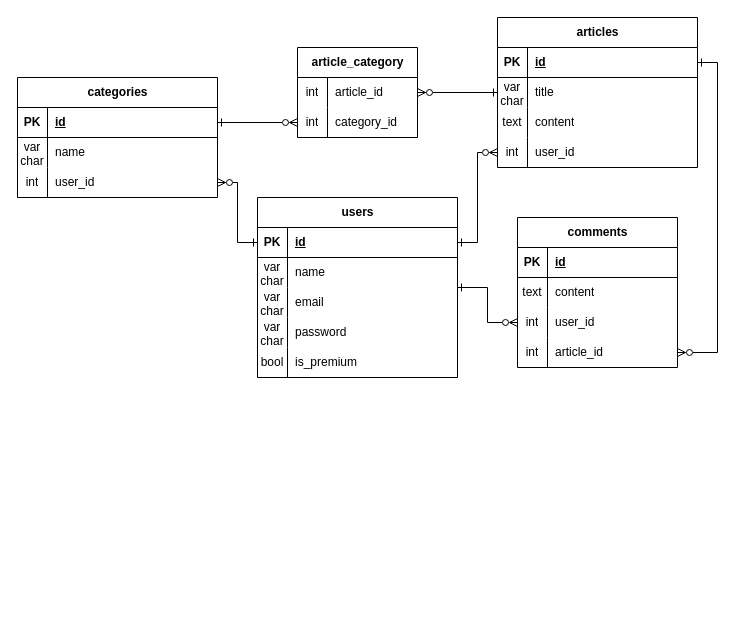
Earlier version of the draw.io diagram weblog-database.drawio (LeggyBoiTim/laravel-weblog). Source tidied: cells renumbered, new cells numbered last; positions are measured from the earlier drawing's top-left corner, leaving out a move shared by most shapes. Both pictures are drawn from the tidied source at 100%, with x=0, y=0 at pixel (17, 17).
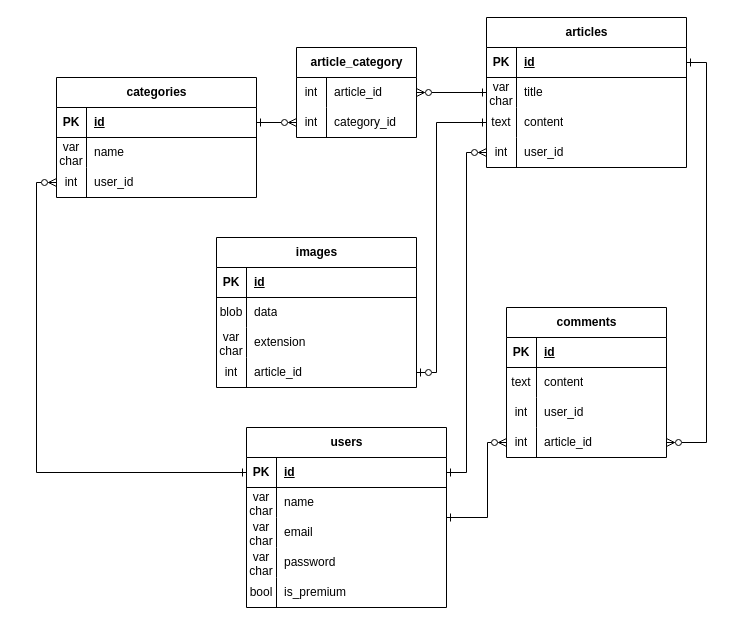
The same page after the edit.

The change refers to these unchanged cells:
```xml
<mxCell id="3" style="shape=tableRow;horizontal=0;startSize=0;swimlaneHead=0;swimlaneBody=0;fillColor=none;points=[[0,0.5],[1,0.5]];portConstraint=eastwest;top=0;left=0;right=0;bottom=1;" parent="2" vertex="1">
  <mxGeometry y="30" width="200" height="30" as="geometry" />
</mxCell>
<mxCell id="19" style="shape=tableRow;horizontal=0;startSize=0;swimlaneHead=0;swimlaneBody=0;fillColor=none;points=[[0,0.5],[1,0.5]];portConstraint=eastwest;top=0;left=0;right=0;bottom=1;" parent="18" vertex="1">
  <mxGeometry y="30" width="200" height="30" as="geometry" />
</mxCell>
<mxCell id="25" style="shape=tableRow;horizontal=0;startSize=0;swimlaneHead=0;swimlaneBody=0;fillColor=none;points=[[0,0.5],[1,0.5]];portConstraint=eastwest;top=0;left=0;right=0;bottom=0;" parent="18" vertex="1">
  <mxGeometry y="90" width="200" height="30" as="geometry" />
</mxCell>
<mxCell id="28" style="shape=tableRow;horizontal=0;startSize=0;swimlaneHead=0;swimlaneBody=0;fillColor=none;points=[[0,0.5],[1,0.5]];portConstraint=eastwest;top=0;left=0;right=0;bottom=0;" parent="18" vertex="1">
  <mxGeometry y="120" width="200" height="30" as="geometry" />
</mxCell>
<mxCell id="38" style="shape=tableRow;horizontal=0;startSize=0;swimlaneHead=0;swimlaneBody=0;fillColor=none;points=[[0,0.5],[1,0.5]];portConstraint=eastwest;top=0;left=0;right=0;bottom=0;" parent="31" vertex="1">
  <mxGeometry y="90" width="200" height="30" as="geometry" />
</mxCell>
<mxCell id="48" style="shape=tableRow;horizontal=0;startSize=0;swimlaneHead=0;swimlaneBody=0;fillColor=none;points=[[0,0.5],[1,0.5]];portConstraint=eastwest;top=0;left=0;right=0;bottom=0;" parent="41" vertex="1">
  <mxGeometry y="90" width="160" height="30" as="geometry" />
</mxCell>
<mxCell id="51" style="shape=tableRow;horizontal=0;startSize=0;swimlaneHead=0;swimlaneBody=0;fillColor=none;points=[[0,0.5],[1,0.5]];portConstraint=eastwest;top=0;left=0;right=0;bottom=0;" parent="41" vertex="1">
  <mxGeometry y="120" width="160" height="30" as="geometry" />
</mxCell>
```

The edit, as a diff of the source:
```diff
@@
     <mxCell id="2" value="users" style="shape=table;startSize=30;childLayout=tableLayout;rowLines=0;fontStyle=1;align=center;html=1;" parent="1" vertex="1">
-      <mxGeometry x="240" y="180" width="200" height="180" as="geometry" />
+      <mxGeometry x="229" y="410" width="200" height="180" as="geometry" />
     </mxCell>
@@
     <mxCell id="18" value="articles" style="shape=table;startSize=30;childLayout=tableLayout;rowLines=0;fontStyle=1;align=center;html=1;" parent="1" vertex="1">
-      <mxGeometry x="480" width="200" height="150" as="geometry" />
+      <mxGeometry x="469" width="200" height="150" as="geometry" />
     </mxCell>
@@
     <mxCell id="31" value="categories" style="shape=table;startSize=30;childLayout=tableLayout;rowLines=0;fontStyle=1;align=center;html=1;" parent="1" vertex="1">
-      <mxGeometry y="60" width="200" height="120" as="geometry" />
+      <mxGeometry x="39" y="60" width="200" height="120" as="geometry" />
     </mxCell>
@@
     <mxCell id="41" value="comments" style="shape=table;startSize=30;childLayout=tableLayout;rowLines=0;fontStyle=1;align=center;html=1;" parent="1" vertex="1">
-      <mxGeometry x="500" y="200" width="160" height="150" as="geometry" />
+      <mxGeometry x="489" y="290" width="160" height="150" as="geometry" />
     </mxCell>
@@
-    <mxCell id="54" style="edgeStyle=orthogonalEdgeStyle;rounded=0;jettySize=auto;html=1;endArrow=ERzeroToMany;endFill=0;startArrow=ERone;startFill=0;" parent="1" edge="1" source="3" target="28">
+    <mxCell id="54" style="edgeStyle=orthogonalEdgeStyle;rounded=0;jettySize=auto;html=1;endArrow=ERzeroToMany;endFill=0;startArrow=ERone;startFill=0;exitX=1;exitY=0.5;exitDx=0;exitDy=0;" parent="1" edge="1" source="3" target="28">
       <mxGeometry relative="1" as="geometry">
         <Array as="points">
-          <mxPoint x="460" y="225" />
-          <mxPoint x="460" y="135" />
+          <mxPoint x="449" y="455" />
+          <mxPoint x="449" y="135" />
         </Array>
       </mxGeometry>
     </mxCell>
-    <mxCell id="55" style="edgeStyle=orthogonalEdgeStyle;rounded=0;jettySize=auto;html=1;endArrow=ERzeroToMany;endFill=0;startArrow=ERone;startFill=0;" parent="1" edge="1" source="3" target="38">
-      <mxGeometry relative="1" as="geometry" />
+    <mxCell id="55" style="edgeStyle=orthogonalEdgeStyle;rounded=0;jettySize=auto;html=1;endArrow=ERzeroToMany;endFill=0;startArrow=ERone;startFill=0;entryX=0;entryY=0.5;entryDx=0;entryDy=0;exitX=0;exitY=0.5;exitDx=0;exitDy=0;" parent="1" edge="1" source="3" target="38">
+      <mxGeometry relative="1" as="geometry">
+        <Array as="points">
+          <mxPoint x="19" y="455" />
+          <mxPoint x="19" y="165" />
+        </Array>
+      </mxGeometry>
     </mxCell>
     <mxCell id="56" value="article_category" style="shape=table;startSize=30;childLayout=tableLayout;rowLines=0;fontStyle=1;align=center;html=1;" parent="1" vertex="1">
-      <mxGeometry x="280" y="30" width="120" height="90" as="geometry" />
+      <mxGeometry x="279" y="30" width="120" height="90" as="geometry" />
     </mxCell>
@@
-    <mxCell id="65" style="edgeStyle=orthogonalEdgeStyle;rounded=0;jettySize=auto;html=1;endArrow=ERzeroToMany;endFill=0;startArrow=ERone;startFill=0;" parent="1" edge="1" source="19" target="51">
+    <mxCell id="65" style="edgeStyle=orthogonalEdgeStyle;rounded=0;jettySize=auto;html=1;endArrow=ERzeroToMany;endFill=0;startArrow=ERone;startFill=0;entryX=1;entryY=0.5;entryDx=0;entryDy=0;" parent="1" edge="1" source="19" target="51">
       <mxGeometry relative="1" as="geometry">
         <Array as="points">
-          <mxPoint x="700" y="45" />
-          <mxPoint x="700" y="335" />
+          <mxPoint x="689" y="45" />
+          <mxPoint x="689" y="425" />
         </Array>
       </mxGeometry>
     </mxCell>
-    <mxCell id="66" style="edgeStyle=orthogonalEdgeStyle;rounded=0;jettySize=auto;html=1;endArrow=ERzeroToMany;endFill=0;startArrow=ERone;startFill=0;" parent="1" edge="1" source="2" target="48">
-      <mxGeometry relative="1" as="geometry" />
+    <mxCell id="66" style="edgeStyle=orthogonalEdgeStyle;rounded=0;jettySize=auto;html=1;endArrow=ERzeroToMany;endFill=0;startArrow=ERone;startFill=0;entryX=0;entryY=0.5;entryDx=0;entryDy=0;" parent="1" edge="1" source="2" target="51">
+      <mxGeometry relative="1" as="geometry">
+        <Array as="points">
+          <mxPoint x="470" y="500" />
+          <mxPoint x="470" y="425" />
+        </Array>
+      </mxGeometry>
     </mxCell>
+    <mxCell id="67" value="images" style="shape=table;startSize=30;childLayout=tableLayout;rowLines=0;fontStyle=1;align=center;html=1;" parent="1" vertex="1">
+      <mxGeometry x="199" y="220" width="200" height="150" as="geometry" />
+    </mxCell>
+    <mxCell id="68" style="shape=tableRow;horizontal=0;startSize=0;swimlaneHead=0;swimlaneBody=0;fillColor=none;top=0;left=0;right=0;bottom=1;" parent="67" vertex="1">
+      <mxGeometry y="30" width="200" height="30" as="geometry" />
+    </mxCell>
+    <mxCell id="69" value="PK" style="shape=partialRectangle;fillColor=none;top=0;left=0;bottom=0;right=0;fontStyle=1;overflow=hidden;whiteSpace=wrap;html=1;" parent="68" vertex="1">
+      <mxGeometry width="30" height="30" as="geometry" />
+    </mxCell>
+    <mxCell id="70" value="id" style="shape=partialRectangle;fillColor=none;top=0;left=0;bottom=0;right=0;align=left;spacingLeft=6;fontStyle=5;overflow=hidden;whiteSpace=wrap;html=1;" parent="68" vertex="1">
+      <mxGeometry x="30" width="170" height="30" as="geometry" />
+    </mxCell>
+    <mxCell id="71" style="shape=tableRow;horizontal=0;startSize=0;swimlaneHead=0;swimlaneBody=0;fillColor=none;top=0;left=0;right=0;bottom=0;" parent="67" vertex="1">
+      <mxGeometry y="60" width="200" height="30" as="geometry" />
+    </mxCell>
+    <mxCell id="72" value="blob" style="shape=partialRectangle;fillColor=none;top=0;left=0;bottom=0;right=0;overflow=hidden;whiteSpace=wrap;html=1;" parent="71" vertex="1">
+      <mxGeometry width="30" height="30" as="geometry" />
+    </mxCell>
+    <mxCell id="73" value="data" style="shape=partialRectangle;fillColor=none;top=0;left=0;bottom=0;right=0;align=left;spacingLeft=6;overflow=hidden;whiteSpace=wrap;html=1;" parent="71" vertex="1">
+      <mxGeometry x="30" width="170" height="30" as="geometry" />
+    </mxCell>
+    <mxCell id="74" style="shape=tableRow;horizontal=0;startSize=0;swimlaneHead=0;swimlaneBody=0;fillColor=none;top=0;left=0;right=0;bottom=0;" parent="67" vertex="1">
+      <mxGeometry y="90" width="200" height="30" as="geometry" />
+    </mxCell>
+    <mxCell id="75" value="var&lt;br&gt;char" style="shape=partialRectangle;fillColor=none;top=0;left=0;bottom=0;right=0;overflow=hidden;whiteSpace=wrap;html=1;" parent="74" vertex="1">
+      <mxGeometry width="30" height="30" as="geometry" />
+    </mxCell>
+    <mxCell id="76" value="extension" style="shape=partialRectangle;fillColor=none;top=0;left=0;bottom=0;right=0;align=left;spacingLeft=6;overflow=hidden;whiteSpace=wrap;html=1;" parent="74" vertex="1">
+      <mxGeometry x="30" width="170" height="30" as="geometry" />
+    </mxCell>
+    <mxCell id="77" style="shape=tableRow;horizontal=0;startSize=0;swimlaneHead=0;swimlaneBody=0;fillColor=none;points=[[0,0.5],[1,0.5]];portConstraint=eastwest;top=0;left=0;right=0;bottom=0;" parent="67" vertex="1">
+      <mxGeometry y="120" width="200" height="30" as="geometry" />
+    </mxCell>
+    <mxCell id="78" value="int" style="shape=partialRectangle;fillColor=none;top=0;left=0;bottom=0;right=0;overflow=hidden;whiteSpace=wrap;html=1;" parent="77" vertex="1">
+      <mxGeometry width="30" height="30" as="geometry" />
+    </mxCell>
+    <mxCell id="79" value="article_id" style="shape=partialRectangle;fillColor=none;top=0;left=0;bottom=0;right=0;align=left;spacingLeft=6;overflow=hidden;whiteSpace=wrap;html=1;" parent="77" vertex="1">
+      <mxGeometry x="30" width="170" height="30" as="geometry" />
+    </mxCell>
+    <mxCell id="80" style="edgeStyle=orthogonalEdgeStyle;rounded=0;jettySize=auto;html=1;entryX=1;entryY=0.5;entryDx=0;entryDy=0;endArrow=ERzeroToOne;endFill=0;startArrow=ERone;startFill=0;" parent="1" edge="1" source="25" target="77">
+      <mxGeometry relative="1" as="geometry">
+        <Array as="points">
+          <mxPoint x="419" y="105" />
+          <mxPoint x="419" y="355" />
+        </Array>
+      </mxGeometry>
+    </mxCell>
```
